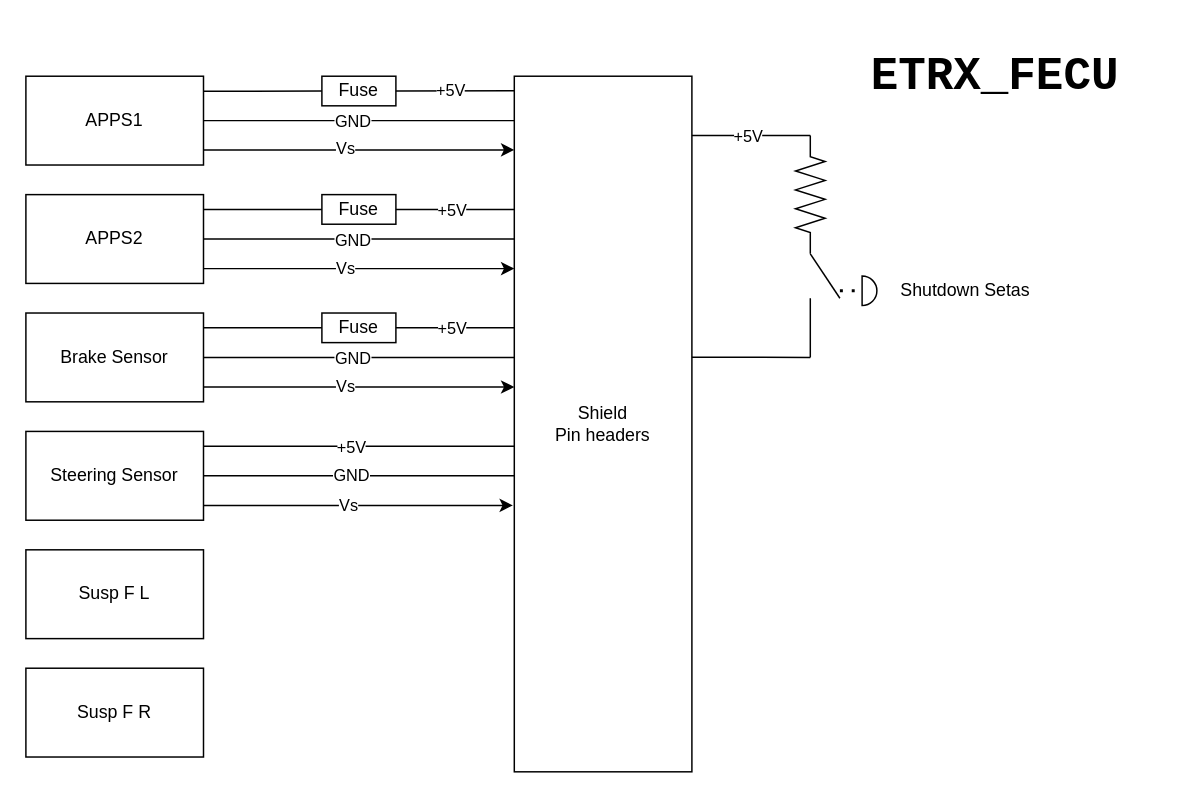
Earlier version of the draw.io diagram ETRX_FECU/ETRX_FECU_FlowDiagram.drawio (eTechRacing/FRONT-REAR_ECU). Source tidied: cells renumbered, new cells numbered last; positions are measured from the earlier drawing's top-left corner, leaving out a move shared by most shapes. Both pictures are drawn from the tidied source at 148%, with x=0, y=0 at pixel (25, 31).
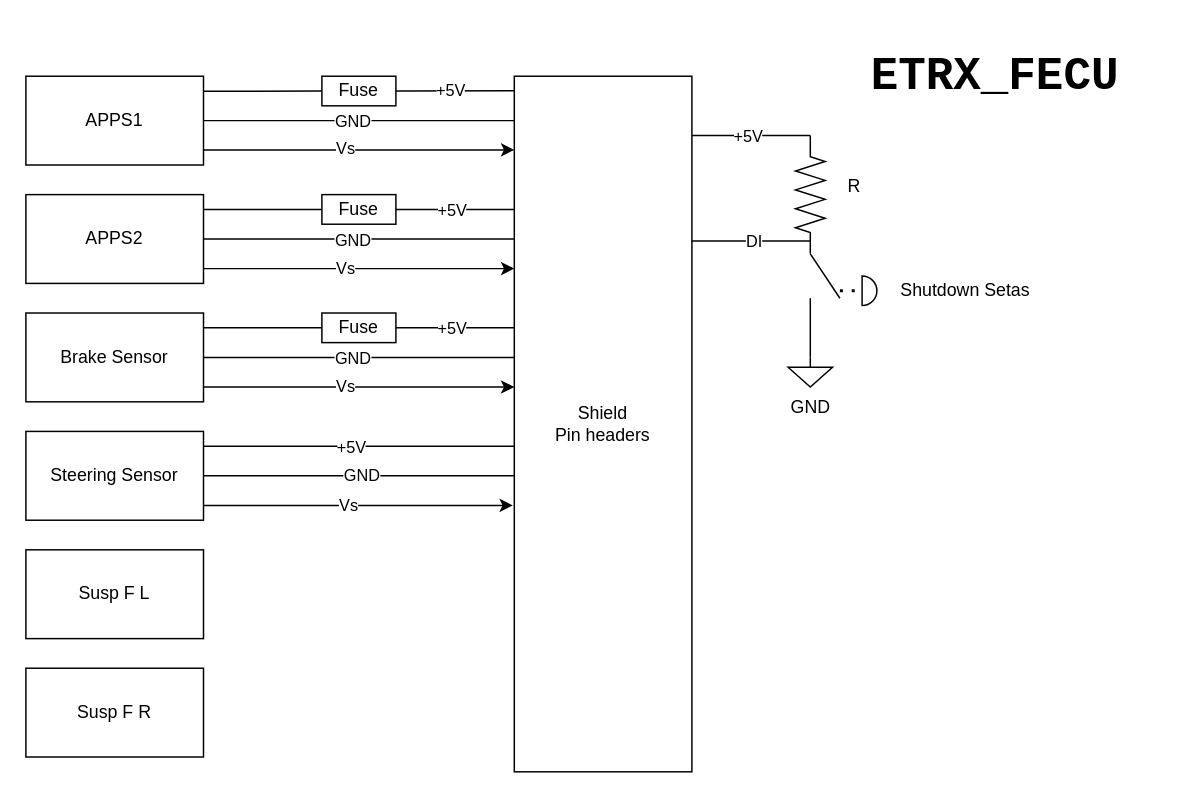
The same diagram, later.

Commit message (it also covers changes not shown here):
Create RECU flow diagram

Unchanged cells that the change refers to:
```xml
<mxCell id="12" value="Shield&lt;br&gt;Pin headers" style="rounded=0;whiteSpace=wrap;html=1;" parent="1" vertex="1">
  <mxGeometry x="330" y="30" width="120" height="470" as="geometry" />
</mxCell>
<mxCell id="38" style="endArrow=none;html=1;rounded=0;exitX=0.998;exitY=0.17;exitDx=0;exitDy=0;exitPerimeter=0;" parent="1" edge="1">
  <mxGeometry relative="1" as="geometry">
    <mxPoint x="120" y="299.9" as="sourcePoint" />
    <mxPoint x="330" y="299.9" as="targetPoint" />
  </mxGeometry>
</mxCell>
<mxCell id="42" style="verticalLabelPosition=bottom;shadow=0;dashed=0;align=center;html=1;verticalAlign=top;shape=mxgraph.electrical.resistors.resistor_2;rotation=90;" parent="1" vertex="1">
  <mxGeometry x="490" y="100" width="80" height="20" as="geometry" />
</mxCell>
```

Change to the diagram source:
```diff
@@
     <mxCell id="39" value="GND" style="edgeLabel;html=1;align=center;verticalAlign=middle;" parent="38" vertex="1">
-      <mxGeometry x="-0.06" relative="1" as="geometry" />
+      <mxGeometry x="-0.06" relative="1" as="geometry">
+        <mxPoint x="7" as="offset" />
+      </mxGeometry>
     </mxCell>
@@
-    <mxCell id="45" style="endArrow=none;html=1;rounded=0;exitX=1;exitY=0.404;exitDx=0;exitDy=0;exitPerimeter=0;" parent="1" edge="1" source="12">
-      <mxGeometry relative="1" as="geometry">
-        <mxPoint x="530" y="220" as="targetPoint" />
-      </mxGeometry>
-    </mxCell>
@@
+    <mxCell id="49" value="R" style="text;html=1;strokeColor=none;fillColor=none;align=center;verticalAlign=middle;whiteSpace=wrap;rounded=0;" parent="1" vertex="1">
+      <mxGeometry x="530" y="90" width="60" height="30" as="geometry" />
+    </mxCell>
+    <mxCell id="50" value="GND" style="verticalLabelPosition=bottom;shadow=0;dashed=0;align=center;html=1;verticalAlign=top;shape=mxgraph.electrical.signal_sources.signal_ground;" parent="1" vertex="1">
+      <mxGeometry x="515" y="220" width="30" height="20" as="geometry" />
+    </mxCell>
+    <mxCell id="51" style="endArrow=none;html=1;rounded=0;entryX=0.892;entryY=0.483;entryDx=0;entryDy=0;entryPerimeter=0;exitX=0.999;exitY=0.237;exitDx=0;exitDy=0;exitPerimeter=0;" parent="1" edge="1" source="12" target="42">
+      <mxGeometry relative="1" as="geometry" />
+    </mxCell>
+    <mxCell id="52" value="DI" style="edgeLabel;html=1;align=center;verticalAlign=middle;" parent="51" vertex="1">
+      <mxGeometry x="0.04" relative="1" as="geometry" />
+    </mxCell>
```
